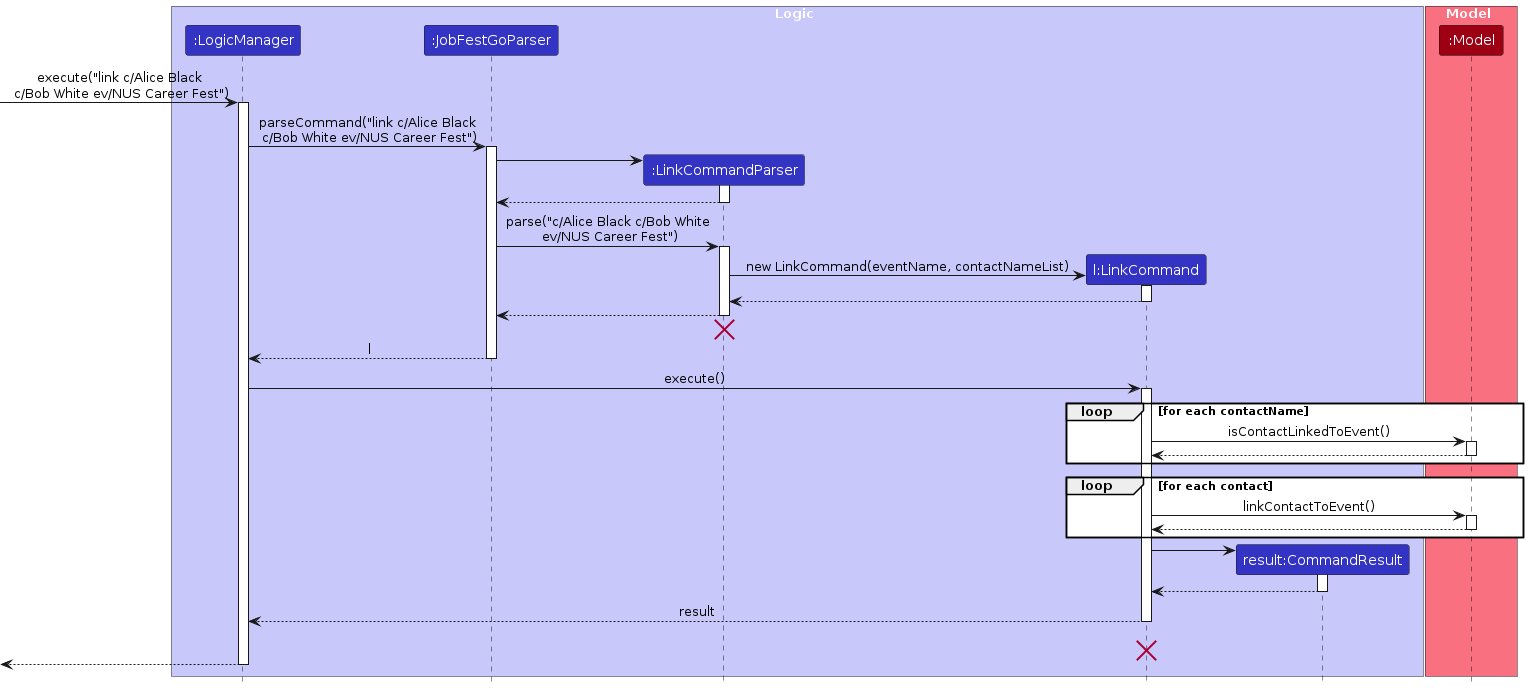
This is diagrams/LinkSequenceDiagram.png from AY2324S1-CS2103T-T09-1/tp, a PlantUML export, as it was before one commit. Its source is kept beside it as diagrams/LinkSequenceDiagram.puml. The source it was exported from:
```plantuml
@startuml
!include style.puml
skinparam ArrowFontStyle plain

box Logic LOGIC_COLOR_T1
participant ":LogicManager" as LogicManager LOGIC_COLOR
participant ":JobFestGoParser" as JobFestGoParser LOGIC_COLOR
participant ":LinkCommandParser" as LinkCommandParser LOGIC_COLOR
participant "l:LinkCommand" as LinkCommand LOGIC_COLOR
participant "result:CommandResult" as CommandResult LOGIC_COLOR
end box

box Model MODEL_COLOR_T1
participant ":Model" as Model MODEL_COLOR
end box
[-> LogicManager : execute("link c/Alice Black\n c/Bob White ev/NUS Career Fest")
activate LogicManager

LogicManager -> JobFestGoParser : parseCommand("link c/Alice Black\n c/Bob White ev/NUS Career Fest")
activate JobFestGoParser

create LinkCommandParser
JobFestGoParser -> LinkCommandParser
activate LinkCommandParser

LinkCommandParser --> JobFestGoParser
deactivate LinkCommandParser

JobFestGoParser -> LinkCommandParser : parse("c/Alice Black c/Bob White\n ev/NUS Career Fest")
activate LinkCommandParser

create LinkCommand
LinkCommandParser -> LinkCommand : new LinkCommand(eventName, contactNameList)
activate LinkCommand

LinkCommand --> LinkCommandParser
deactivate LinkCommand

LinkCommandParser --> JobFestGoParser
deactivate LinkCommandParser
LinkCommandParser -[hidden]-> JobFestGoParser
destroy LinkCommandParser

JobFestGoParser --> LogicManager : l
deactivate JobFestGoParser

LogicManager -> LinkCommand : execute()
activate LinkCommand

loop for each contactName
    LinkCommand -> Model : isContactLinkedToEvent()
    activate Model

    Model --> LinkCommand
    deactivate Model
end

loop for each contact
    LinkCommand -> Model : linkContactToEvent()
    activate Model

    Model --> LinkCommand
    deactivate Model
end

create CommandResult
LinkCommand -> CommandResult
activate CommandResult

CommandResult --> LinkCommand
deactivate CommandResult

LinkCommand --> LogicManager : result
deactivate LinkCommand
LinkCommand -[hidden]-> LogicManager : result
destroy LinkCommand

[<--LogicManager
deactivate LogicManager
@enduml
```
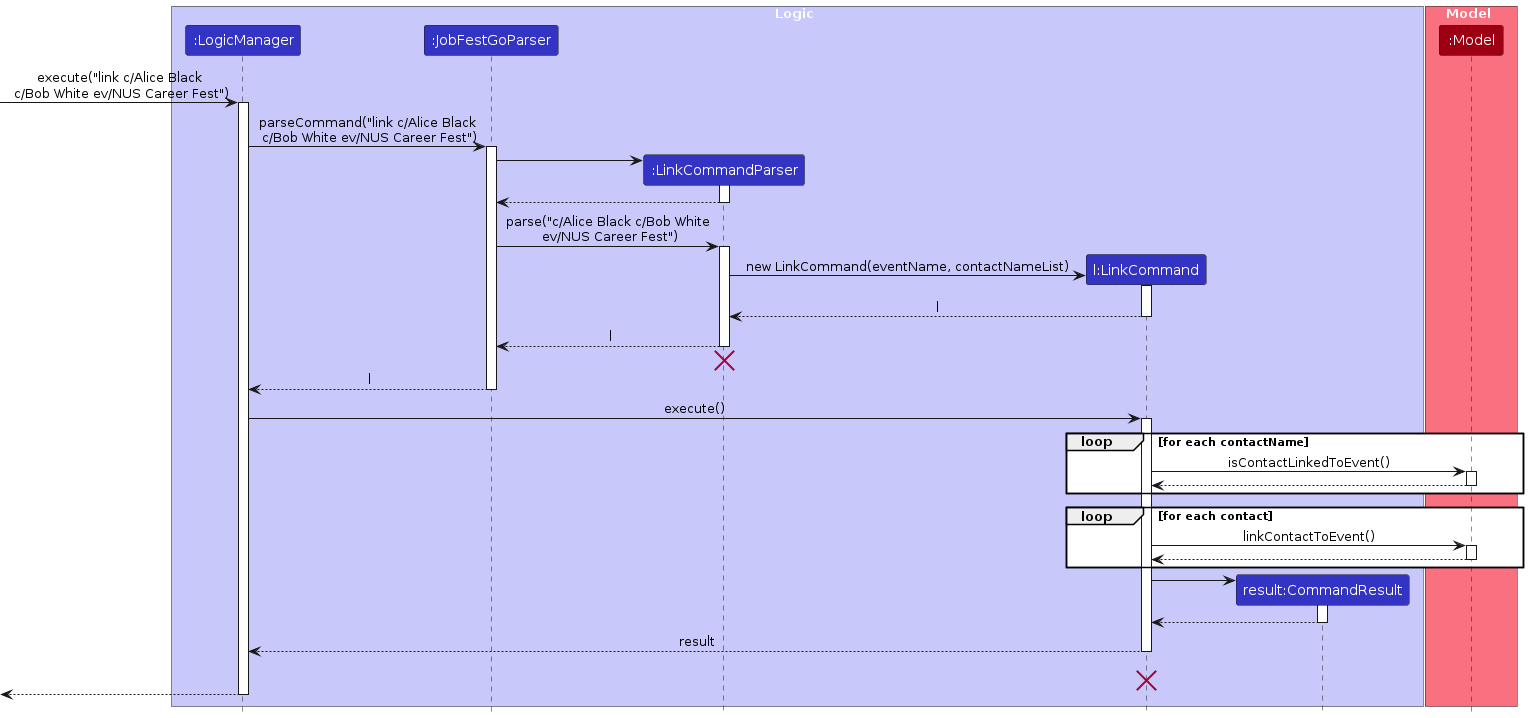
Above is the later version.

What changed in the source:
```diff
@@ -33,10 +33,10 @@
 LinkCommandParser -> LinkCommand : new LinkCommand(eventName, contactNameList)
 activate LinkCommand
 
-LinkCommand --> LinkCommandParser
+LinkCommand --> LinkCommandParser : l
 deactivate LinkCommand
 
-LinkCommandParser --> JobFestGoParser
+LinkCommandParser --> JobFestGoParser : l
 deactivate LinkCommandParser
 LinkCommandParser -[hidden]-> JobFestGoParser
 destroy LinkCommandParser
```
